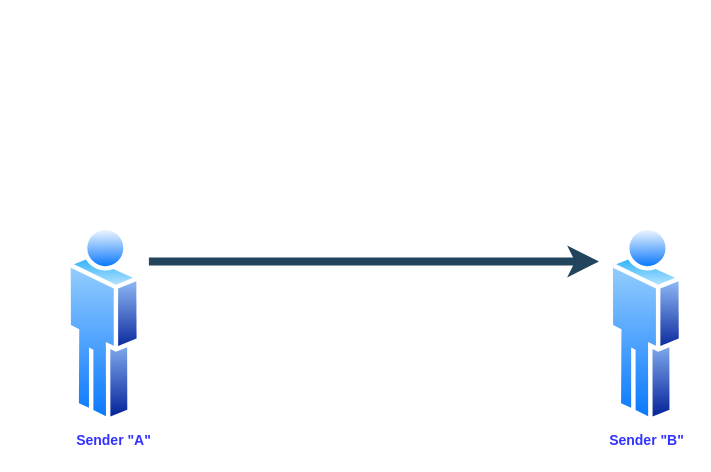
The draw.io diagram page "Digital Signature" (3 of 3) of SSL-TLS.drawio in eha1661/draw.io, before the edit. Source tidied: cells renumbered, new cells numbered last; positions are measured from the earlier drawing's top-left corner, leaving out a move shared by most shapes. Both pictures are drawn from the tidied source at 100%, with x=0, y=0 at pixel (66, 223).
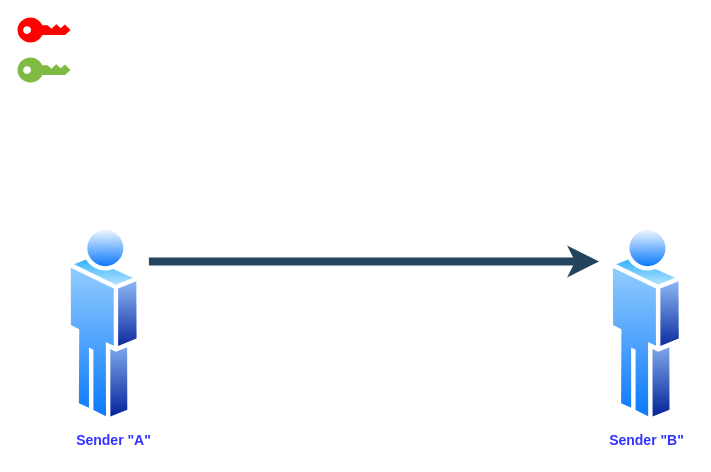
The same diagram, later.

Diff of the diagram source:
```diff
@@
 <mxGraphModel>
   <root>
     <mxCell id="0" />
     <mxCell id="1" parent="0" />
     <mxCell id="2" style="endArrow=classic;html=1;rounded=0;strokeWidth=8;fillColor=#bac8d3;strokeColor=#23445d;" parent="1" edge="1">
       <mxGeometry relative="1" as="geometry">
         <mxPoint x="82.4" y="38" as="sourcePoint" />
         <mxPoint x="532.5" y="38" as="targetPoint" />
       </mxGeometry>
     </mxCell>
     <mxCell id="3" style="image;perimeter=ellipsePerimeter;html=1;align=center;shadow=0;dashed=0;spacingTop=3;image=img/lib/active_directory/user.svg;" parent="1" vertex="1">
       <mxGeometry x="0.3" width="74.7" height="202" as="geometry" />
     </mxCell>
     <mxCell id="4" style="image;perimeter=ellipsePerimeter;html=1;align=center;shadow=0;dashed=0;spacingTop=3;image=img/lib/active_directory/user.svg;" parent="1" vertex="1">
       <mxGeometry x="542.5" width="74.7" height="202" as="geometry" />
     </mxCell>
     <mxCell id="5" value="&lt;b style=&quot;border-color: var(--border-color);&quot;&gt;&lt;font style=&quot;border-color: var(--border-color); font-size: 14px;&quot; color=&quot;#3333ff&quot;&gt;Sender &quot;A&quot;&lt;/font&gt;&lt;/b&gt;" style="text;html=1;strokeColor=none;fillColor=none;align=center;verticalAlign=middle;whiteSpace=wrap;rounded=0;" parent="1" vertex="1">
       <mxGeometry x="0.3" y="202" width="94.7" height="30" as="geometry" />
     </mxCell>
     <mxCell id="6" value="&lt;b style=&quot;border-color: var(--border-color);&quot;&gt;&lt;font style=&quot;border-color: var(--border-color); font-size: 14px;&quot; color=&quot;#3333ff&quot;&gt;Sender &quot;B&quot;&lt;/font&gt;&lt;/b&gt;" style="text;html=1;strokeColor=none;fillColor=none;align=center;verticalAlign=middle;whiteSpace=wrap;rounded=0;" parent="1" vertex="1">
       <mxGeometry x="532.5" y="202" width="94.7" height="30" as="geometry" />
     </mxCell>
+    <mxCell id="7" style="sketch=0;shadow=0;dashed=0;html=1;strokeColor=none;labelPosition=center;verticalLabelPosition=bottom;verticalAlign=top;align=center;shape=mxgraph.office.security.key_permissions;fillColor=#FF0000;rotation=-90;" parent="1" vertex="1">
+      <mxGeometry x="-35" y="-220" width="25" height="53" as="geometry" />
+    </mxCell>
+    <mxCell id="8" style="sketch=0;shadow=0;dashed=0;html=1;strokeColor=none;labelPosition=center;verticalLabelPosition=bottom;verticalAlign=top;align=center;shape=mxgraph.office.security.key_permissions;fillColor=#7FBA42;rotation=-90;" parent="1" vertex="1">
+      <mxGeometry x="-35" y="-180" width="25" height="53" as="geometry" />
+    </mxCell>
   </root>
 </mxGraphModel>
```
